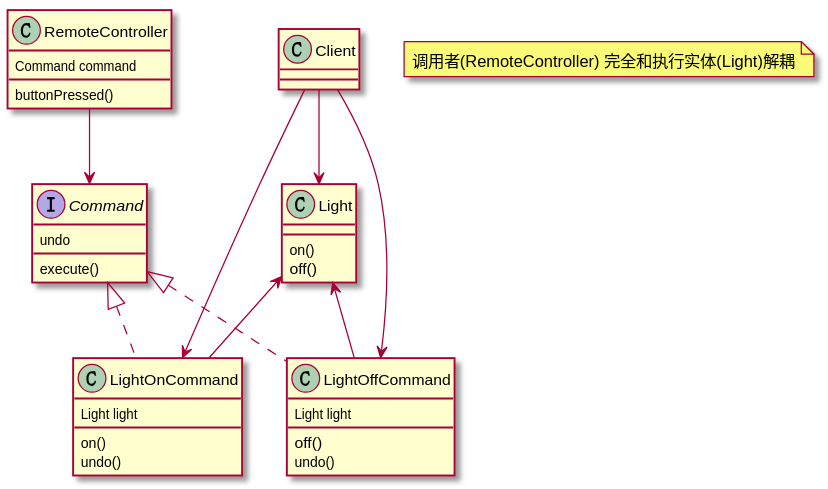
Before: pattern_umls/command/remotecontroller_uml.svg, a diagram exported from PlantUML (zzbb1199/HeadFirst). The source it was exported from:
```plantuml
@startuml


class Client{
}

class Light{
    on()
    off()
}

interface Command{
    execute()
    undo
}

class LightOnCommand{
    Light light
    on()
    undo()
}

class LightOffCommand{
    Light light
    off()
    undo()
}

class RemoteController{
    Command command
    buttonPressed()
}

Command <|.. LightOnCommand
Command <|.. LightOffCommand
Light <-- LightOnCommand
Light <-- LightOffCommand

RemoteController --> Command

Client --> Light
Client --> LightOffCommand
Client --> LightOnCommand

note as N1
    调用者(RemoteController) 完全和执行实体(Light)解耦
end note

@enduml
```
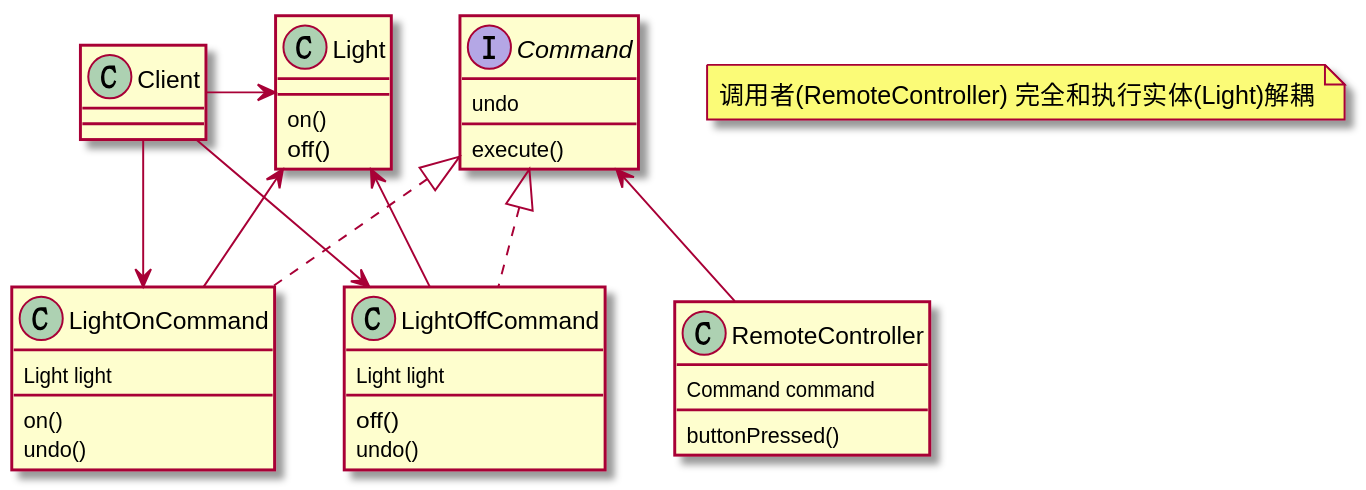
Above is the later version.

Change to the diagram source:
```diff
@@ -32,15 +32,15 @@
 }
 
 Command <|.. LightOnCommand
-Command <|.. LightOffCommand
+Command <|. LightOffCommand
 Light <-- LightOnCommand
 Light <-- LightOffCommand
 
-RemoteController --> Command
+Command <-- RemoteController
 
-Client --> Light
-Client --> LightOffCommand
-Client --> LightOnCommand
+Client -> Light
+Client -> LightOffCommand
+Client -> LightOnCommand
 
 note as N1
     调用者(RemoteController) 完全和执行实体(Light)解耦
```
